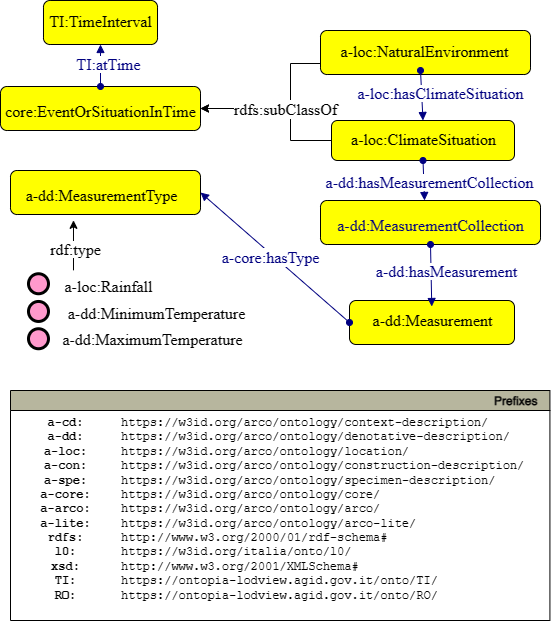
Before: ArCo-release/test/2.0/ClimateSituation/ClimateSituation-Pattern.drawio.png, a diagram exported from draw.io (ICCD-MiBACT/ArCo). Source tidied: cells renumbered, new cells last; positions are measured from the earlier drawing's top-left corner, leaving out a move shared by most shapes.
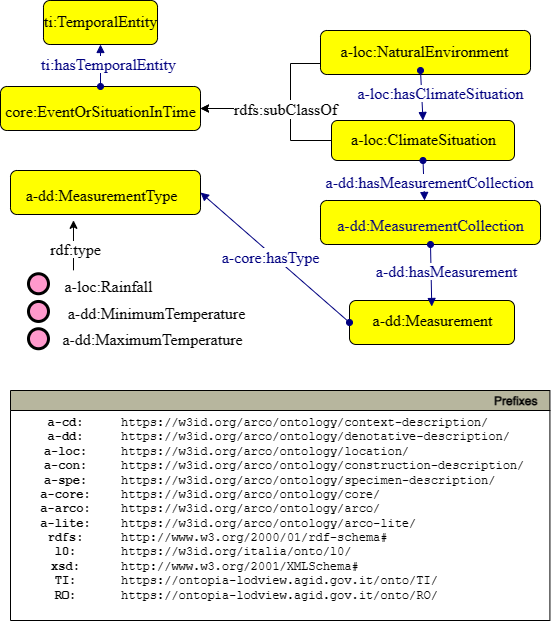
The same diagram one commit later.

Diff of the diagram source:
```diff
@@ -44,7 +44,7 @@
     <mxCell id="12" style="graphMlID=e0;rounded=0;endArrow=block;strokeColor=#000080;strokeWidth=1.0;startArrow=oval;startFill=1;endFill=1;exitX=0.5;exitY=0;exitDx=0;exitDy=0;entryX=0.5;entryY=1;entryDx=0;entryDy=0;" parent="1" edge="1" source="10" target="14">
       <mxGeometry relative="1" as="geometry" />
     </mxCell>
-    <mxCell id="13" value="&lt;span style=&quot;background-color: rgb(255 , 255 , 255)&quot;&gt;TI:atTime&lt;/span&gt;" style="text;html=1;spacing=0;align=center;fontFamily=dialog;fontSize=16;fontStyle=0;fontColor=#000080;" parent="12" vertex="1">
+    <mxCell id="13" value="&lt;span style=&quot;background-color: rgb(255 , 255 , 255)&quot;&gt;ti:hasTemporalEntity&lt;/span&gt;" style="text;html=1;spacing=0;align=center;fontFamily=dialog;fontSize=16;fontStyle=0;fontColor=#000080;" parent="12" vertex="1">
       <mxGeometry width="116.95" height="22.84" relative="1" as="geometry">
         <mxPoint x="-50" y="-15" as="offset" />
       </mxGeometry>
@@ -52,7 +52,7 @@
     <mxCell id="14" style="graphMlID=n4;shape=rect;rounded=1;arcsize=30;fillColor=#ffff00;strokeColor=#000000;strokeWidth=1.0;" parent="1" vertex="1">
       <mxGeometry x="43" width="114" height="44" as="geometry" />
     </mxCell>
-    <mxCell id="15" value="TI:TimeInterval" style="text;html=1;spacing=0;align=center;fontFamily=dialog;fontSize=16;fontStyle=0;fontColor=#000000;" parent="14" vertex="1">
+    <mxCell id="15" value="ti:TemporalEntity" style="text;html=1;spacing=0;align=center;fontFamily=dialog;fontSize=16;fontStyle=0;fontColor=#000000;" parent="14" vertex="1">
       <mxGeometry x="25.8" y="7" width="62.4" height="22.8" as="geometry" />
     </mxCell>
     <mxCell id="16" style="graphMlID=e0;rounded=0;endArrow=block;strokeColor=#000080;strokeWidth=1.0;startArrow=oval;startFill=1;endFill=1;exitX=0.5;exitY=1;exitDx=0;exitDy=0;entryX=0.473;entryY=0;entryDx=0;entryDy=0;entryPerimeter=0;" parent="1" edge="1" source="8" target="18">
```
